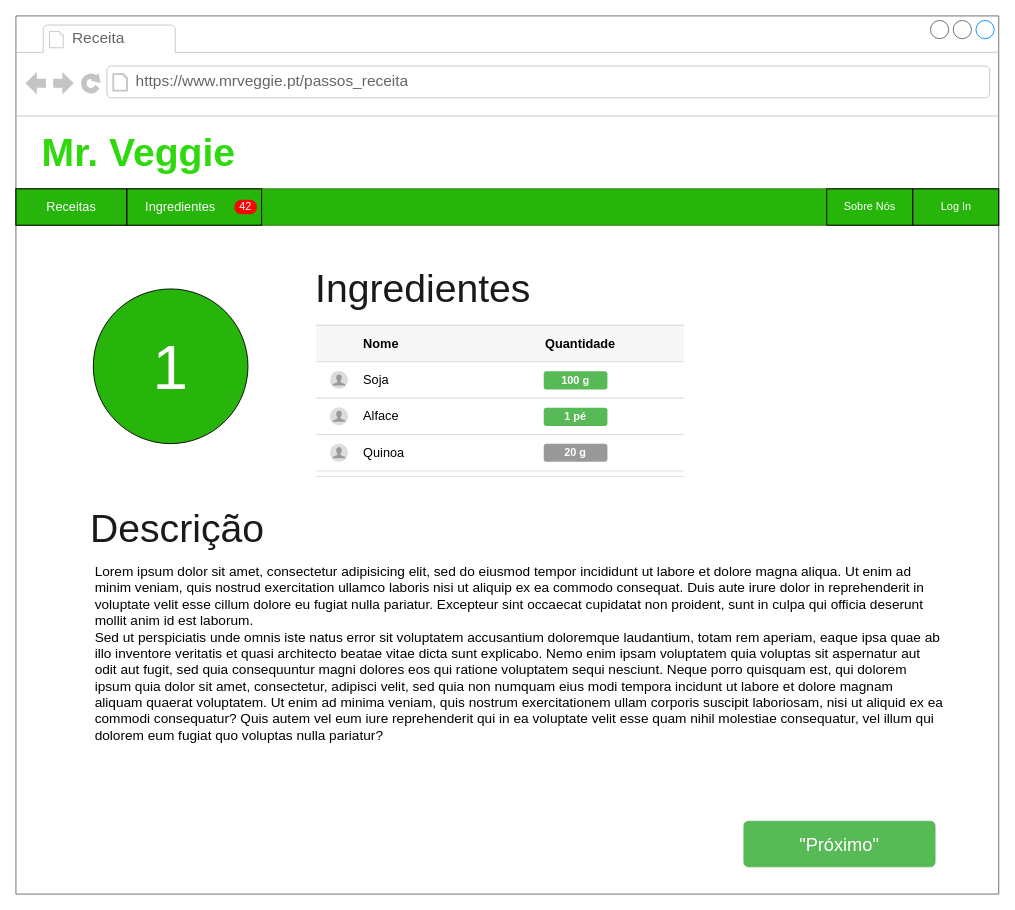
Before: Mockup/Passo.drawio in pferreira101/MrVeggie, a draw.io diagram. Source tidied: cells renumbered, new cells numbered last; positions are measured from the earlier drawing's top-left corner, leaving out a move shared by most shapes. Both pictures are drawn from the tidied source at 91%, with x=0, y=0 at pixel (15, 15).
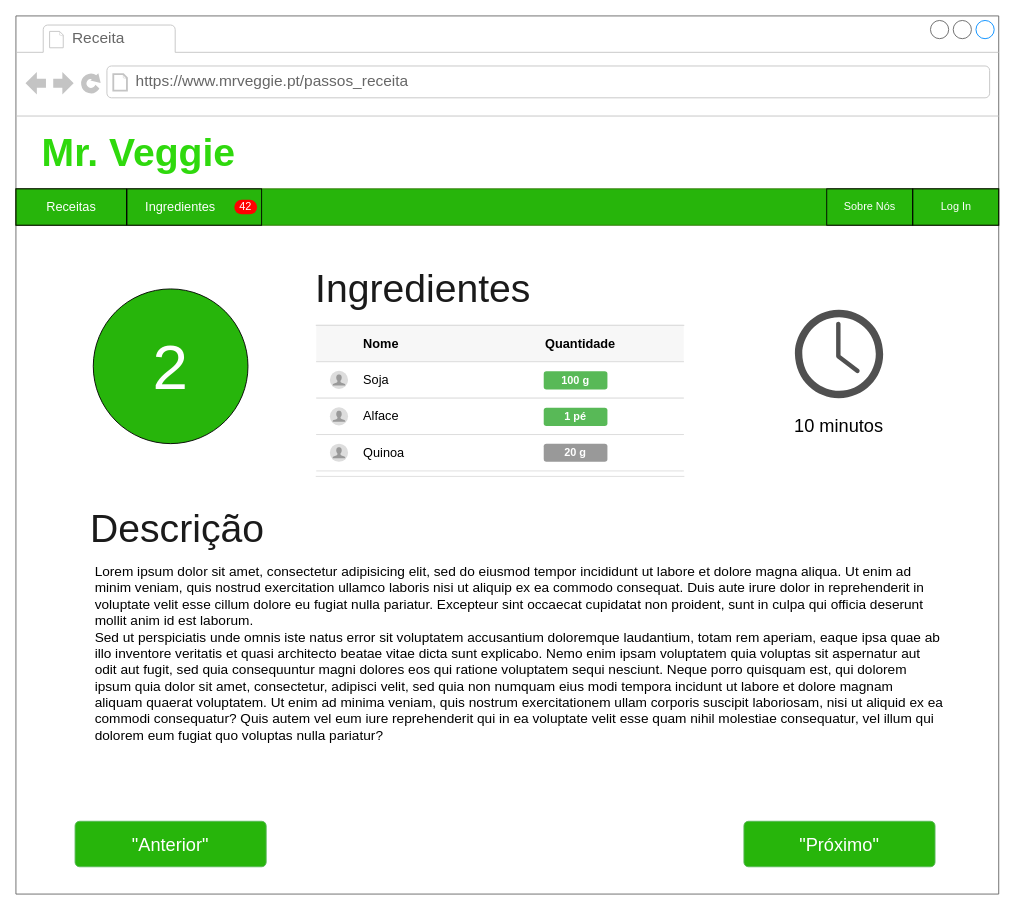
Above is the later version.

Unchanged cells that the change refers to:
```xml
<mxCell id="2" style="strokeWidth=1;shadow=0;dashed=0;align=center;html=1;shape=mxgraph.mockup.containers.browserWindow;rSize=0;fillColor=#ffffff;strokeColor=#666666;strokeColor2=#008cff;strokeColor3=#c4c4c4;mainText=,;" parent="1" vertex="1">
  <mxGeometry width="1080" height="965" as="geometry" />
</mxCell>
```

What changed in the source:
```diff
@@
-    <mxCell id="15" value="&lt;font style=&quot;font-size: 20px&quot;&gt;&quot;Próximo&quot;&lt;/font&gt;" style="html=1;shadow=0;dashed=0;shape=mxgraph.bootstrap.rrect;rSize=5;fillColor=#58B957;align=center;strokeColor=#58B957;fontColor=#ffffff;fontSize=14;whiteSpace=wrap;" parent="2" vertex="1">
+    <mxCell id="15" value="&lt;font style=&quot;font-size: 20px&quot;&gt;&quot;Próximo&quot;&lt;/font&gt;" style="html=1;shadow=0;dashed=0;shape=mxgraph.bootstrap.rrect;rSize=5;fillColor=#27B50B;align=center;strokeColor=#58B957;fontColor=#ffffff;fontSize=14;whiteSpace=wrap;" parent="2" vertex="1">
       <mxGeometry x="800" y="885" width="210" height="50" as="geometry" />
     </mxCell>
-    <mxCell id="16" value="&lt;font color=&quot;#ffffff&quot; style=&quot;font-size: 70px&quot;&gt;1&lt;/font&gt;" style="ellipse;whiteSpace=wrap;html=1;fillColor=#27B50B;" parent="2" vertex="1">
+    <mxCell id="16" value="&lt;font color=&quot;#ffffff&quot; style=&quot;font-size: 70px&quot;&gt;2&lt;/font&gt;" style="ellipse;whiteSpace=wrap;html=1;fillColor=#27B50B;" parent="2" vertex="1">
       <mxGeometry x="85" y="300" width="170" height="170" as="geometry" />
     </mxCell>
@@
+    <mxCell id="37" style="shadow=0;dashed=0;html=1;strokeColor=none;fillColor=#505050;labelPosition=center;verticalLabelPosition=bottom;verticalAlign=top;align=center;shape=mxgraph.office.concepts.clock;" parent="2" vertex="1">
+      <mxGeometry x="856" y="323" width="97" height="97" as="geometry" />
+    </mxCell>
+    <mxCell id="38" value="&lt;font style=&quot;font-size: 20px&quot;&gt;10 minutos&lt;/font&gt;" style="text;html=1;strokeColor=none;fillColor=none;align=center;verticalAlign=middle;whiteSpace=wrap;rounded=0;" parent="2" vertex="1">
+      <mxGeometry x="848" y="440" width="113" height="20" as="geometry" />
+    </mxCell>
+    <mxCell id="39" value="&lt;font style=&quot;font-size: 20px&quot;&gt;&quot;Anterior&quot;&lt;/font&gt;" style="html=1;shadow=0;dashed=0;shape=mxgraph.bootstrap.rrect;rSize=5;fillColor=#27B50B;align=center;strokeColor=#58B957;fontColor=#ffffff;fontSize=14;whiteSpace=wrap;" parent="2" vertex="1">
+      <mxGeometry x="65" y="885" width="210" height="50" as="geometry" />
+    </mxCell>
```
